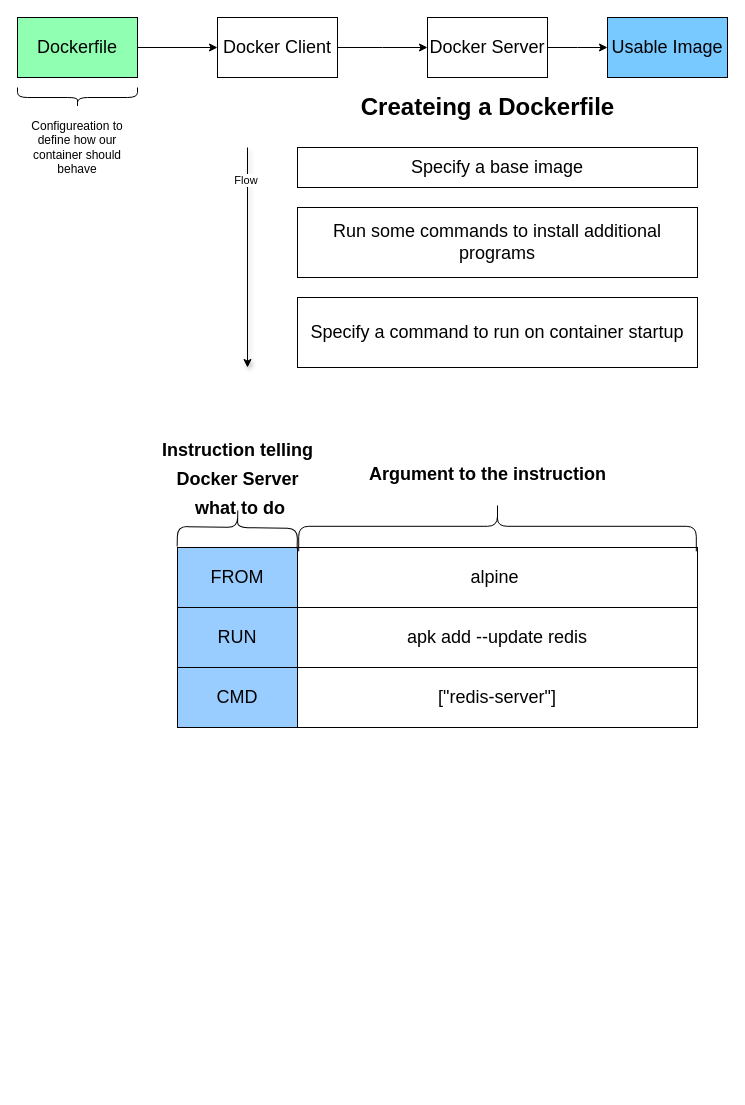
Above: page "Dockerfile" (2 of 3) of Untitled Diagram.drawio in hephaestus88/docker (draw.io), before the change. Source tidied: cells renumbered, new cells numbered last; positions are measured from the earlier drawing's top-left corner, leaving out a move shared by most shapes. Both pictures are drawn from the tidied source at 100%, with x=0, y=0 at pixel (17, 17).
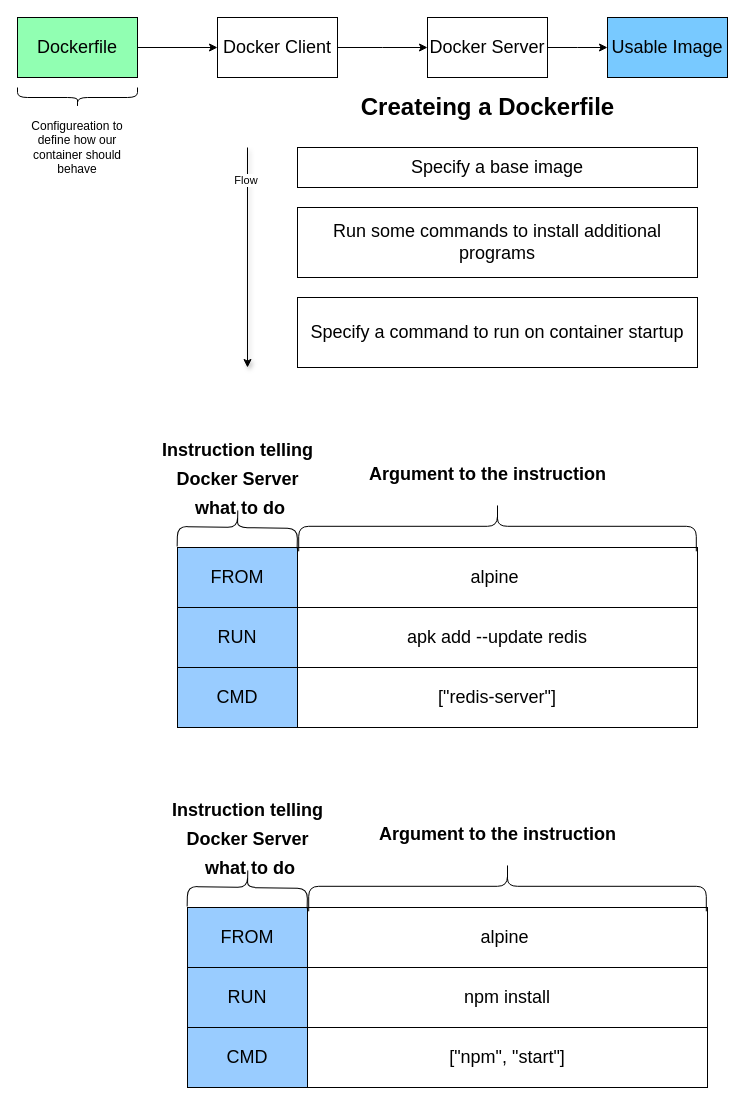
The same page after the edit.

Diff of the diagram source:
```diff
@@
+    <mxCell id="27" value="&lt;font style=&quot;font-size: 18px;&quot;&gt;FROM&lt;/font&gt;" style="rounded=0;whiteSpace=wrap;html=1;fillColor=#99CCFF;" parent="1" vertex="1">
+      <mxGeometry x="170" y="890" width="120" height="60" as="geometry" />
+    </mxCell>
+    <mxCell id="28" value="&lt;span style=&quot;font-size: 18px;&quot;&gt;alpine&amp;nbsp;&lt;/span&gt;" style="rounded=0;whiteSpace=wrap;html=1;" parent="1" vertex="1">
+      <mxGeometry x="290" y="890" width="400" height="60" as="geometry" />
+    </mxCell>
+    <mxCell id="29" value="&lt;font style=&quot;font-size: 18px;&quot;&gt;RUN&lt;/font&gt;" style="rounded=0;whiteSpace=wrap;html=1;fillColor=#99CCFF;" parent="1" vertex="1">
+      <mxGeometry x="170" y="950" width="120" height="60" as="geometry" />
+    </mxCell>
+    <mxCell id="30" value="&lt;font style=&quot;font-size: 18px;&quot;&gt;CMD&lt;/font&gt;" style="rounded=0;whiteSpace=wrap;html=1;fillColor=#99CCFF;" parent="1" vertex="1">
+      <mxGeometry x="170" y="1010" width="120" height="60" as="geometry" />
+    </mxCell>
+    <mxCell id="31" value="&lt;font style=&quot;font-size: 18px;&quot;&gt;npm install&lt;/font&gt;" style="rounded=0;whiteSpace=wrap;html=1;" parent="1" vertex="1">
+      <mxGeometry x="290" y="950" width="400" height="60" as="geometry" />
+    </mxCell>
+    <mxCell id="32" value="&lt;span style=&quot;font-size: 18px;&quot;&gt;[&quot;npm&quot;, &quot;start&quot;]&lt;br&gt;&lt;/span&gt;" style="rounded=0;whiteSpace=wrap;html=1;" parent="1" vertex="1">
+      <mxGeometry x="290" y="1010" width="400" height="60" as="geometry" />
+    </mxCell>
+    <mxCell id="33" style="shape=curlyBracket;whiteSpace=wrap;html=1;rounded=1;flipH=1;labelPosition=right;verticalLabelPosition=middle;align=left;verticalAlign=middle;rotation=-89;" parent="1" vertex="1">
+      <mxGeometry x="210" y="810" width="40" height="120" as="geometry" />
+    </mxCell>
+    <mxCell id="34" style="shape=curlyBracket;whiteSpace=wrap;html=1;rounded=1;flipH=1;labelPosition=right;verticalLabelPosition=middle;align=left;verticalAlign=middle;rotation=-90;" parent="1" vertex="1">
+      <mxGeometry x="465" y="670" width="50" height="397.6" as="geometry" />
+    </mxCell>
+    <mxCell id="35" value="&lt;font style=&quot;font-size: 18px;&quot;&gt;Instruction telling &lt;br&gt;Docker Server&lt;br&gt;&amp;nbsp;what to do&lt;/font&gt;" style="text;strokeColor=none;fillColor=none;html=1;fontSize=24;fontStyle=1;verticalAlign=middle;align=center;" parent="1" vertex="1">
+      <mxGeometry x="180" y="800" width="100" height="40" as="geometry" />
+    </mxCell>
+    <mxCell id="36" value="&lt;span style=&quot;font-size: 18px;&quot;&gt;Argument to the instruction&lt;/span&gt;" style="text;strokeColor=none;fillColor=none;html=1;fontSize=24;fontStyle=1;verticalAlign=middle;align=center;" parent="1" vertex="1">
+      <mxGeometry x="430" y="800" width="100" height="30" as="geometry" />
+    </mxCell>
```
